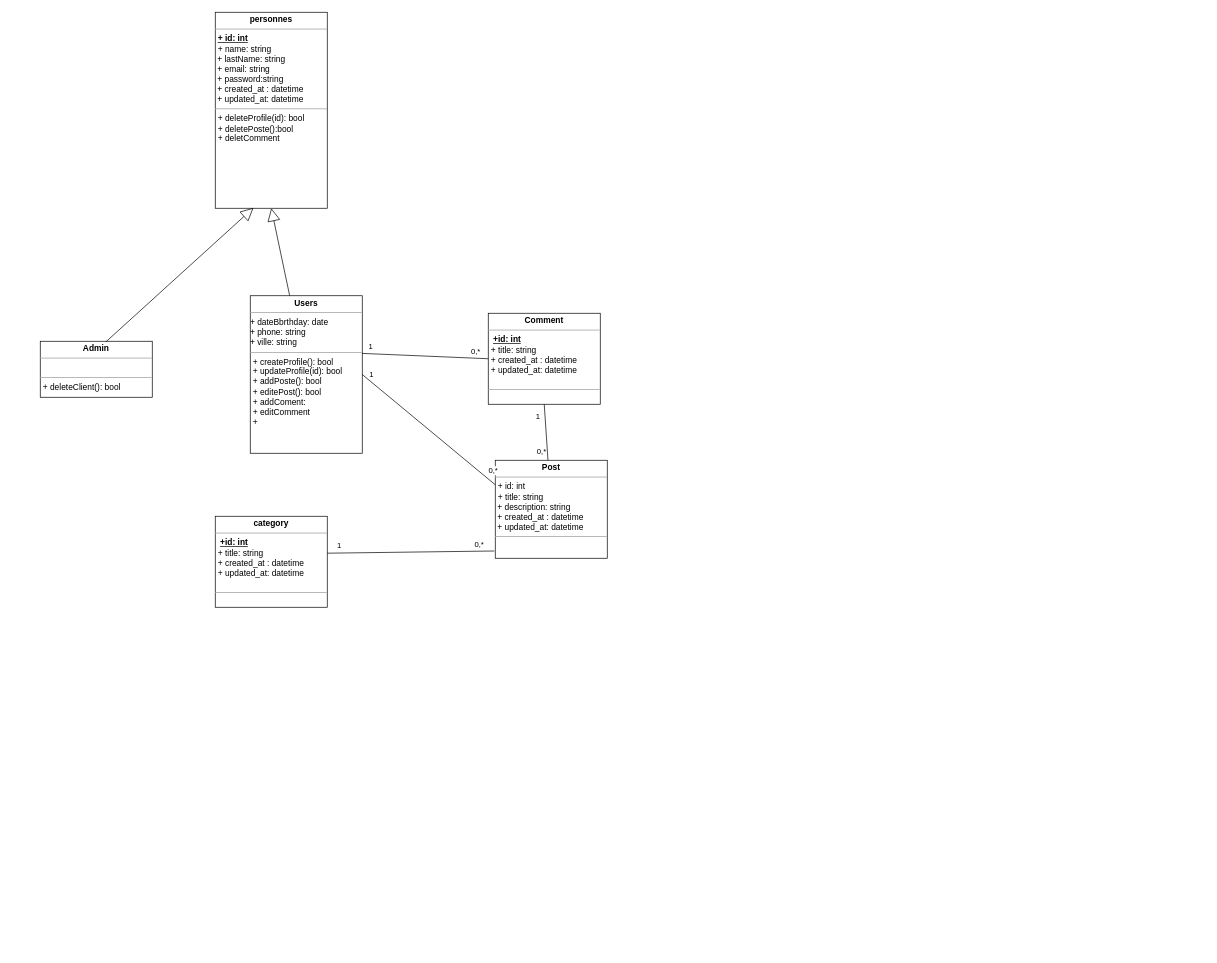
This is uml/Diagramme de classes.drawio from ErrayAbdellah/Immobilier, a draw.io file, before an edit. Source tidied: cells renumbered, new cells numbered last; positions are measured from the earlier drawing's top-left corner, leaving out a move shared by most shapes. Both pictures are drawn from the tidied source at 70%, with x=0, y=0 at pixel (40, 12).
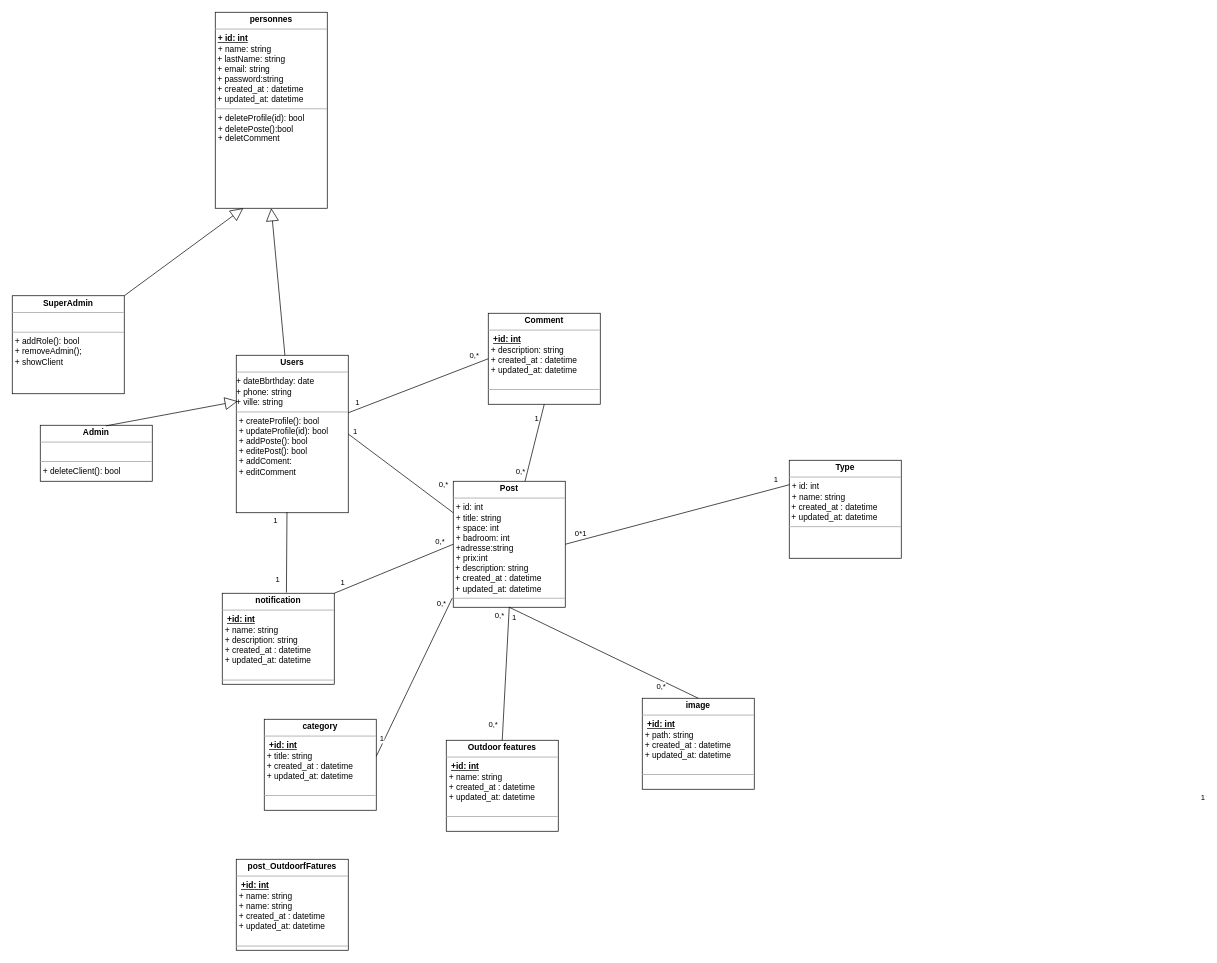
The same diagram, later.

Unchanged cells that the change refers to:
```xml
<mxCell id="6" value="&lt;p style=&quot;margin:0px;margin-top:4px;text-align:center;&quot;&gt;&lt;b&gt;personnes&lt;/b&gt;&lt;/p&gt;&lt;hr size=&quot;1&quot;&gt;&lt;p style=&quot;margin:0px;margin-left:4px;&quot;&gt;&lt;u&gt;&lt;b&gt;+ id: int&lt;/b&gt;&lt;/u&gt;&lt;/p&gt;&lt;p style=&quot;margin:0px;margin-left:4px;&quot;&gt;+ name: string&lt;/p&gt;&amp;nbsp;+ lastName: string&lt;br&gt;&amp;nbsp;+ email: string&lt;br&gt;&amp;nbsp;+ password:string&amp;nbsp;&lt;br&gt;&amp;nbsp;+ created_at : datetime&lt;br&gt;&amp;nbsp;+ updated_at: datetime&lt;br&gt;&lt;hr size=&quot;1&quot;&gt;&lt;p style=&quot;margin:0px;margin-left:4px;&quot;&gt;+ deleteProfile(id): bool&lt;br&gt;&lt;/p&gt;&lt;p style=&quot;margin:0px;margin-left:4px;&quot;&gt;+ deletePoste():bool&lt;/p&gt;&lt;p style=&quot;margin:0px;margin-left:4px;&quot;&gt;+ deletComment&lt;br&gt;&lt;/p&gt;" style="verticalAlign=top;align=left;overflow=fill;fontSize=12;fontFamily=Helvetica;html=1;" parent="1" vertex="1">
  <mxGeometry x="250" width="160" height="280" as="geometry" />
</mxCell>
<mxCell id="10" style="endArrow=none;html=1;rounded=0;exitX=1;exitY=0.5;exitDx=0;exitDy=0;entryX=0;entryY=0.25;entryDx=0;entryDy=0;" parent="1" edge="1" source="3" target="4">
  <mxGeometry relative="1" as="geometry" />
</mxCell>
```

Change to the diagram source:
```diff
@@
     <mxCell id="2" value="&lt;p style=&quot;margin:0px;margin-top:4px;text-align:center;&quot;&gt;&lt;b&gt;Admin&lt;/b&gt;&lt;/p&gt;&lt;hr size=&quot;1&quot;&gt;&lt;p style=&quot;margin:0px;margin-left:4px;&quot;&gt;&lt;/p&gt;&lt;br&gt;&lt;hr size=&quot;1&quot;&gt;&lt;p style=&quot;margin:0px;margin-left:4px;&quot;&gt;&lt;span style=&quot;background-color: initial;&quot;&gt;+ deleteClient(): bool&lt;/span&gt;&lt;br&gt;&lt;/p&gt;" style="verticalAlign=top;align=left;overflow=fill;fontSize=12;fontFamily=Helvetica;html=1;" parent="1" vertex="1">
-      <mxGeometry y="470" width="160" height="80" as="geometry" />
+      <mxGeometry y="590" width="160" height="80" as="geometry" />
     </mxCell>
-    <mxCell id="3" value="&lt;p style=&quot;margin:0px;margin-top:4px;text-align:center;&quot;&gt;&lt;b&gt;Users&lt;/b&gt;&lt;/p&gt;&lt;hr size=&quot;1&quot;&gt;&lt;p style=&quot;margin:0px;margin-left:4px;&quot;&gt;&lt;/p&gt;+ dateBbrthday: date&lt;br&gt;+ phone: string&lt;br&gt;+ ville: string&lt;br&gt;&lt;hr size=&quot;1&quot;&gt;&lt;p style=&quot;margin:0px;margin-left:4px;&quot;&gt;+ createProfile(): bool&lt;/p&gt;&lt;p style=&quot;margin:0px;margin-left:4px;&quot;&gt;+ updateProfile(id): bool&lt;/p&gt;&lt;p style=&quot;margin:0px;margin-left:4px;&quot;&gt;+ addPoste(): bool&lt;/p&gt;&lt;p style=&quot;margin:0px;margin-left:4px;&quot;&gt;+ editePost(): bool&lt;/p&gt;&lt;p style=&quot;margin:0px;margin-left:4px;&quot;&gt;+ addComent:&lt;/p&gt;&lt;p style=&quot;margin:0px;margin-left:4px;&quot;&gt;+ editComment&lt;/p&gt;&lt;p style=&quot;margin:0px;margin-left:4px;&quot;&gt;+&amp;nbsp;&lt;/p&gt;" style="verticalAlign=top;align=left;overflow=fill;fontSize=12;fontFamily=Helvetica;html=1;" parent="1" vertex="1">
-      <mxGeometry x="300" y="405" width="160" height="225" as="geometry" />
+    <mxCell id="3" value="&lt;p style=&quot;margin:0px;margin-top:4px;text-align:center;&quot;&gt;&lt;b&gt;Users&lt;/b&gt;&lt;/p&gt;&lt;hr size=&quot;1&quot;&gt;&lt;p style=&quot;margin:0px;margin-left:4px;&quot;&gt;&lt;/p&gt;+ dateBbrthday: date&lt;br&gt;+ phone: string&lt;br&gt;+ ville: string&lt;br&gt;&lt;hr size=&quot;1&quot;&gt;&lt;p style=&quot;margin:0px;margin-left:4px;&quot;&gt;+ createProfile(): bool&lt;/p&gt;&lt;p style=&quot;margin:0px;margin-left:4px;&quot;&gt;+ updateProfile(id): bool&lt;/p&gt;&lt;p style=&quot;margin:0px;margin-left:4px;&quot;&gt;+ addPoste(): bool&lt;/p&gt;&lt;p style=&quot;margin:0px;margin-left:4px;&quot;&gt;+ editePost(): bool&lt;/p&gt;&lt;p style=&quot;margin:0px;margin-left:4px;&quot;&gt;+ addComent:&lt;/p&gt;&lt;p style=&quot;margin:0px;margin-left:4px;&quot;&gt;+ editComment&lt;/p&gt;" style="verticalAlign=top;align=left;overflow=fill;fontSize=12;fontFamily=Helvetica;html=1;" parent="1" vertex="1">
+      <mxGeometry x="280" y="490" width="160" height="225" as="geometry" />
     </mxCell>
-    <mxCell id="4" value="&lt;p style=&quot;margin:0px;margin-top:4px;text-align:center;&quot;&gt;&lt;b&gt;Post&lt;/b&gt;&lt;/p&gt;&lt;hr size=&quot;1&quot;&gt;&lt;p style=&quot;margin:0px;margin-left:4px;&quot;&gt;+ id: int&amp;nbsp;&lt;/p&gt;&lt;p style=&quot;margin:0px;margin-left:4px;&quot;&gt;+ title: string&lt;/p&gt;&amp;nbsp;+ description: string&lt;br&gt;&amp;nbsp;+ created_at : datetime&lt;br style=&quot;border-color: var(--border-color);&quot;&gt;&amp;nbsp;+ updated_at: datetime&lt;br&gt;&lt;hr size=&quot;1&quot;&gt;&lt;p style=&quot;margin:0px;margin-left:4px;&quot;&gt;&lt;br&gt;&lt;/p&gt;" style="verticalAlign=top;align=left;overflow=fill;fontSize=12;fontFamily=Helvetica;html=1;" parent="1" vertex="1">
-      <mxGeometry x="650" y="640" width="160" height="140" as="geometry" />
+    <mxCell id="4" value="&lt;p style=&quot;margin:0px;margin-top:4px;text-align:center;&quot;&gt;&lt;b&gt;Post&lt;/b&gt;&lt;/p&gt;&lt;hr size=&quot;1&quot;&gt;&lt;p style=&quot;margin:0px;margin-left:4px;&quot;&gt;+ id: int&amp;nbsp;&lt;/p&gt;&lt;p style=&quot;margin:0px;margin-left:4px;&quot;&gt;+ title: string&lt;/p&gt;&lt;p style=&quot;margin:0px;margin-left:4px;&quot;&gt;+ space: int&amp;nbsp;&lt;/p&gt;&lt;p style=&quot;margin:0px;margin-left:4px;&quot;&gt;+ badroom: int&amp;nbsp;&lt;/p&gt;&lt;p style=&quot;margin:0px;margin-left:4px;&quot;&gt;+adresse:string&lt;/p&gt;&lt;p style=&quot;margin:0px;margin-left:4px;&quot;&gt;+ prix:int&amp;nbsp;&lt;/p&gt;&amp;nbsp;+ description: string&lt;br&gt;&amp;nbsp;+ created_at : datetime&lt;br style=&quot;border-color: var(--border-color);&quot;&gt;&amp;nbsp;+ updated_at: datetime&lt;br&gt;&lt;hr size=&quot;1&quot;&gt;&lt;p style=&quot;margin:0px;margin-left:4px;&quot;&gt;&lt;br&gt;&lt;/p&gt;" style="verticalAlign=top;align=left;overflow=fill;fontSize=12;fontFamily=Helvetica;html=1;" parent="1" vertex="1">
+      <mxGeometry x="590" y="670" width="160" height="180" as="geometry" />
     </mxCell>
     <mxCell id="5" value="&lt;p style=&quot;margin:0px;margin-top:4px;text-align:center;&quot;&gt;&lt;b&gt;category&lt;/b&gt;&lt;/p&gt;&lt;hr size=&quot;1&quot;&gt;&lt;p style=&quot;margin:0px;margin-left:4px;&quot;&gt;&amp;nbsp;&lt;b&gt;&lt;u&gt;+id: int&lt;/u&gt;&lt;/b&gt;&lt;/p&gt;&lt;p style=&quot;margin:0px;margin-left:4px;&quot;&gt;+ title: string&lt;/p&gt;&lt;p style=&quot;margin:0px;margin-left:4px;&quot;&gt;&lt;span style=&quot;background-color: initial;&quot;&gt;+ created_at : datetime&lt;/span&gt;&lt;/p&gt;&lt;p style=&quot;margin:0px;margin-left:4px;&quot;&gt;+ updated_at: datetime&lt;br&gt;&lt;/p&gt;&amp;nbsp;&amp;nbsp;&lt;br&gt;&lt;hr size=&quot;1&quot;&gt;&lt;p style=&quot;margin:0px;margin-left:4px;&quot;&gt;&lt;br&gt;&lt;/p&gt;" style="verticalAlign=top;align=left;overflow=fill;fontSize=12;fontFamily=Helvetica;html=1;" parent="1" vertex="1">
-      <mxGeometry x="250" y="720" width="160" height="130" as="geometry" />
+      <mxGeometry x="320" y="1010" width="160" height="130" as="geometry" />
     </mxCell>
@@
-    <mxCell id="8" style="endArrow=block;endSize=16;endFill=0;html=1;rounded=0;entryX=0.341;entryY=0.998;entryDx=0;entryDy=0;exitX=0.586;exitY=0.011;exitDx=0;exitDy=0;exitPerimeter=0;entryPerimeter=0;" parent="1" edge="1" source="2" target="6">
+    <mxCell id="8" style="endArrow=block;endSize=16;endFill=0;html=1;rounded=0;entryX=0.013;entryY=0.292;entryDx=0;entryDy=0;exitX=0.586;exitY=0.011;exitDx=0;exitDy=0;exitPerimeter=0;entryPerimeter=0;" parent="1" edge="1" source="2" target="3">
       <mxGeometry relative="1" as="geometry" />
     </mxCell>
-    <mxCell id="9" value="&lt;p style=&quot;margin:0px;margin-top:4px;text-align:center;&quot;&gt;&lt;b&gt;Comment&lt;/b&gt;&lt;/p&gt;&lt;hr size=&quot;1&quot;&gt;&lt;p style=&quot;margin:0px;margin-left:4px;&quot;&gt;&amp;nbsp;&lt;b&gt;&lt;u&gt;+id: int&lt;/u&gt;&lt;/b&gt;&lt;/p&gt;&lt;p style=&quot;margin:0px;margin-left:4px;&quot;&gt;+ title: string&lt;/p&gt;&lt;p style=&quot;margin:0px;margin-left:4px;&quot;&gt;&lt;span style=&quot;background-color: initial;&quot;&gt;+ created_at : datetime&lt;/span&gt;&lt;/p&gt;&lt;p style=&quot;margin:0px;margin-left:4px;&quot;&gt;+ updated_at: datetime&lt;br&gt;&lt;/p&gt;&amp;nbsp;&amp;nbsp;&lt;br&gt;&lt;hr size=&quot;1&quot;&gt;&lt;p style=&quot;margin:0px;margin-left:4px;&quot;&gt;&lt;br&gt;&lt;/p&gt;" style="verticalAlign=top;align=left;overflow=fill;fontSize=12;fontFamily=Helvetica;html=1;" parent="1" vertex="1">
+    <mxCell id="9" value="&lt;p style=&quot;margin:0px;margin-top:4px;text-align:center;&quot;&gt;&lt;b&gt;Comment&lt;/b&gt;&lt;/p&gt;&lt;hr size=&quot;1&quot;&gt;&lt;p style=&quot;margin:0px;margin-left:4px;&quot;&gt;&amp;nbsp;&lt;b&gt;&lt;u&gt;+id: int&lt;/u&gt;&lt;/b&gt;&lt;/p&gt;&lt;p style=&quot;margin:0px;margin-left:4px;&quot;&gt;+ description: string&lt;/p&gt;&lt;p style=&quot;margin:0px;margin-left:4px;&quot;&gt;&lt;span style=&quot;background-color: initial;&quot;&gt;+ created_at : datetime&lt;/span&gt;&lt;/p&gt;&lt;p style=&quot;margin:0px;margin-left:4px;&quot;&gt;+ updated_at: datetime&lt;br&gt;&lt;/p&gt;&amp;nbsp;&amp;nbsp;&lt;br&gt;&lt;hr size=&quot;1&quot;&gt;&lt;p style=&quot;margin:0px;margin-left:4px;&quot;&gt;&lt;br&gt;&lt;/p&gt;" style="verticalAlign=top;align=left;overflow=fill;fontSize=12;fontFamily=Helvetica;html=1;" parent="1" vertex="1">
       <mxGeometry x="640" y="430" width="160" height="130" as="geometry" />
     </mxCell>
@@
     <mxCell id="12" value="0,*" style="edgeLabel;html=1;align=center;verticalAlign=middle;" parent="10" vertex="1">
       <mxGeometry x="0.86" y="3" relative="1" as="geometry">
-        <mxPoint x="8" y="-7" as="offset" />
+        <mxPoint x="-6" y="-30" as="offset" />
       </mxGeometry>
     </mxCell>
@@
+    <mxCell id="22" value="&lt;p style=&quot;margin:0px;margin-top:4px;text-align:center;&quot;&gt;&lt;b&gt;SuperAdmin&lt;/b&gt;&lt;/p&gt;&lt;hr size=&quot;1&quot;&gt;&lt;p style=&quot;margin:0px;margin-left:4px;&quot;&gt;&lt;/p&gt;&lt;br&gt;&lt;hr size=&quot;1&quot;&gt;&lt;p style=&quot;margin:0px;margin-left:4px;&quot;&gt;&lt;span style=&quot;background-color: initial;&quot;&gt;+ addRole(): bool&lt;/span&gt;&lt;br&gt;&lt;/p&gt;&lt;p style=&quot;margin:0px;margin-left:4px;&quot;&gt;&lt;span style=&quot;background-color: initial;&quot;&gt;+ removeAdmin();&lt;/span&gt;&lt;/p&gt;&lt;p style=&quot;margin:0px;margin-left:4px;&quot;&gt;+ showClient&lt;/p&gt;" style="verticalAlign=top;align=left;overflow=fill;fontSize=12;fontFamily=Helvetica;html=1;" parent="1" vertex="1">
+      <mxGeometry x="-40" y="405" width="160" height="140" as="geometry" />
+    </mxCell>
+    <mxCell id="23" style="endArrow=block;endSize=16;endFill=0;html=1;rounded=0;entryX=0.25;entryY=1;entryDx=0;entryDy=0;exitX=1;exitY=0;exitDx=0;exitDy=0;" parent="1" edge="1" source="22" target="6">
+      <mxGeometry relative="1" as="geometry" />
+    </mxCell>
+    <mxCell id="24" value="&lt;p style=&quot;margin:0px;margin-top:4px;text-align:center;&quot;&gt;&lt;b&gt;Type&lt;/b&gt;&lt;/p&gt;&lt;hr size=&quot;1&quot;&gt;&lt;p style=&quot;margin:0px;margin-left:4px;&quot;&gt;+ id: int&amp;nbsp;&lt;/p&gt;&lt;p style=&quot;margin:0px;margin-left:4px;&quot;&gt;+ name: string&lt;/p&gt;&amp;nbsp;+ created_at : datetime&lt;br style=&quot;border-color: var(--border-color);&quot;&gt;&amp;nbsp;+ updated_at: datetime&lt;br&gt;&lt;hr size=&quot;1&quot;&gt;&lt;p style=&quot;margin:0px;margin-left:4px;&quot;&gt;&lt;br&gt;&lt;/p&gt;" style="verticalAlign=top;align=left;overflow=fill;fontSize=12;fontFamily=Helvetica;html=1;" parent="1" vertex="1">
+      <mxGeometry x="1070" y="640" width="160" height="140" as="geometry" />
+    </mxCell>
+    <mxCell id="25" style="endArrow=none;html=1;rounded=0;exitX=1;exitY=0.5;exitDx=0;exitDy=0;entryX=0;entryY=0.25;entryDx=0;entryDy=0;" parent="1" edge="1" source="4" target="24">
+      <mxGeometry relative="1" as="geometry" />
+    </mxCell>
+    <mxCell id="26" value="0*1" style="edgeLabel;html=1;align=center;verticalAlign=middle;" parent="25" vertex="1">
+      <mxGeometry x="-0.87" relative="1" as="geometry">
+        <mxPoint y="-11" as="offset" />
+      </mxGeometry>
+    </mxCell>
+    <mxCell id="27" value="1" style="edgeLabel;html=1;align=center;verticalAlign=middle;" parent="25" vertex="1">
+      <mxGeometry x="0.86" y="3" relative="1" as="geometry">
+        <mxPoint x="614" y="443" as="offset" />
+      </mxGeometry>
+    </mxCell>
+    <mxCell id="28" value="1&lt;br&gt;" style="edgeLabel;html=1;align=center;verticalAlign=middle;" parent="25" vertex="1">
+      <mxGeometry x="0.87" y="2" relative="1" as="geometry">
+        <mxPoint x="1" y="-12" as="offset" />
+      </mxGeometry>
+    </mxCell>
+    <mxCell id="29" value="&lt;p style=&quot;margin:0px;margin-top:4px;text-align:center;&quot;&gt;&lt;/p&gt;&lt;b&gt;&lt;div style=&quot;text-align: center;&quot;&gt;&lt;b style=&quot;background-color: initial;&quot;&gt;Outdoor features&lt;/b&gt;&lt;/div&gt;&lt;/b&gt;&lt;hr style=&quot;text-align: center;&quot; size=&quot;1&quot;&gt;&lt;p style=&quot;margin:0px;margin-left:4px;&quot;&gt;&amp;nbsp;&lt;b&gt;&lt;u&gt;+id: int&lt;/u&gt;&lt;/b&gt;&lt;/p&gt;&lt;p style=&quot;margin:0px;margin-left:4px;&quot;&gt;+ name: string&lt;/p&gt;&lt;p style=&quot;margin:0px;margin-left:4px;&quot;&gt;&lt;span style=&quot;background-color: initial;&quot;&gt;+ created_at : datetime&lt;/span&gt;&lt;/p&gt;&lt;p style=&quot;margin:0px;margin-left:4px;&quot;&gt;+ updated_at: datetime&lt;br&gt;&lt;/p&gt;&amp;nbsp;&amp;nbsp;&lt;br&gt;&lt;hr size=&quot;1&quot;&gt;&lt;p style=&quot;margin:0px;margin-left:4px;&quot;&gt;&lt;br&gt;&lt;/p&gt;" style="verticalAlign=top;align=left;overflow=fill;fontSize=12;fontFamily=Helvetica;html=1;" parent="1" vertex="1">
+      <mxGeometry x="580" y="1040" width="160" height="130" as="geometry" />
+    </mxCell>
+    <mxCell id="30" style="endArrow=none;html=1;rounded=0;exitX=0.5;exitY=0;exitDx=0;exitDy=0;entryX=0.5;entryY=1;entryDx=0;entryDy=0;" parent="1" edge="1" source="29" target="4">
+      <mxGeometry relative="1" as="geometry" />
+    </mxCell>
+    <mxCell id="31" value="0,*" style="edgeLabel;html=1;align=center;verticalAlign=middle;" parent="30" vertex="1">
+      <mxGeometry x="-0.87" relative="1" as="geometry">
+        <mxPoint x="-14" y="-11" as="offset" />
+      </mxGeometry>
+    </mxCell>
+    <mxCell id="32" value="0,*" style="edgeLabel;html=1;align=center;verticalAlign=middle;" parent="30" vertex="1">
+      <mxGeometry x="0.86" y="3" relative="1" as="geometry">
+        <mxPoint x="-11" y="-2" as="offset" />
+      </mxGeometry>
+    </mxCell>
+    <mxCell id="33" value="&lt;p style=&quot;margin:0px;margin-top:4px;text-align:center;&quot;&gt;&lt;/p&gt;&lt;b&gt;&lt;div style=&quot;text-align: center;&quot;&gt;image&lt;/div&gt;&lt;/b&gt;&lt;hr style=&quot;text-align: center;&quot; size=&quot;1&quot;&gt;&lt;p style=&quot;margin:0px;margin-left:4px;&quot;&gt;&amp;nbsp;&lt;b&gt;&lt;u&gt;+id: int&lt;/u&gt;&lt;/b&gt;&lt;/p&gt;&lt;p style=&quot;margin:0px;margin-left:4px;&quot;&gt;+ path: string&lt;/p&gt;&lt;p style=&quot;margin:0px;margin-left:4px;&quot;&gt;&lt;span style=&quot;background-color: initial;&quot;&gt;+ created_at : datetime&lt;/span&gt;&lt;/p&gt;&lt;p style=&quot;margin:0px;margin-left:4px;&quot;&gt;+ updated_at: datetime&lt;br&gt;&lt;/p&gt;&amp;nbsp;&amp;nbsp;&lt;br&gt;&lt;hr size=&quot;1&quot;&gt;&lt;p style=&quot;margin:0px;margin-left:4px;&quot;&gt;&lt;br&gt;&lt;/p&gt;" style="verticalAlign=top;align=left;overflow=fill;fontSize=12;fontFamily=Helvetica;html=1;" parent="1" vertex="1">
+      <mxGeometry x="860" y="980" width="160" height="130" as="geometry" />
+    </mxCell>
+    <mxCell id="34" style="endArrow=none;html=1;rounded=0;exitX=0.5;exitY=0;exitDx=0;exitDy=0;entryX=0.5;entryY=1;entryDx=0;entryDy=0;" parent="1" edge="1" source="33" target="4">
+      <mxGeometry relative="1" as="geometry" />
+    </mxCell>
+    <mxCell id="35" value="0,*" style="edgeLabel;html=1;align=center;verticalAlign=middle;" parent="34" vertex="1">
+      <mxGeometry x="-0.87" relative="1" as="geometry">
+        <mxPoint x="-36" y="-9" as="offset" />
+      </mxGeometry>
+    </mxCell>
+    <mxCell id="36" value="1" style="edgeLabel;html=1;align=center;verticalAlign=middle;" parent="34" vertex="1">
+      <mxGeometry x="0.86" y="3" relative="1" as="geometry">
+        <mxPoint x="-11" y="3" as="offset" />
+      </mxGeometry>
+    </mxCell>
+    <mxCell id="37" value="&lt;p style=&quot;margin:0px;margin-top:4px;text-align:center;&quot;&gt;&lt;/p&gt;&lt;b&gt;&lt;div style=&quot;text-align: center;&quot;&gt;notification&lt;/div&gt;&lt;/b&gt;&lt;hr style=&quot;text-align: center;&quot; size=&quot;1&quot;&gt;&lt;p style=&quot;margin:0px;margin-left:4px;&quot;&gt;&amp;nbsp;&lt;b&gt;&lt;u&gt;+id: int&lt;/u&gt;&lt;/b&gt;&lt;/p&gt;&lt;p style=&quot;margin:0px;margin-left:4px;&quot;&gt;+ name: string&lt;/p&gt;&lt;p style=&quot;margin:0px;margin-left:4px;&quot;&gt;+ description: string&lt;br&gt;&lt;/p&gt;&lt;p style=&quot;margin:0px;margin-left:4px;&quot;&gt;&lt;span style=&quot;background-color: initial;&quot;&gt;+ created_at : datetime&lt;/span&gt;&lt;/p&gt;&lt;p style=&quot;margin:0px;margin-left:4px;&quot;&gt;+ updated_at: datetime&lt;br&gt;&lt;/p&gt;&amp;nbsp;&amp;nbsp;&lt;br&gt;&lt;hr size=&quot;1&quot;&gt;&lt;p style=&quot;margin:0px;margin-left:4px;&quot;&gt;&lt;br&gt;&lt;/p&gt;" style="verticalAlign=top;align=left;overflow=fill;fontSize=12;fontFamily=Helvetica;html=1;" parent="1" vertex="1">
+      <mxGeometry x="260" y="830" width="160" height="130" as="geometry" />
+    </mxCell>
+    <mxCell id="38" style="endArrow=none;html=1;rounded=0;exitX=1;exitY=0;exitDx=0;exitDy=0;entryX=0;entryY=0.5;entryDx=0;entryDy=0;" parent="1" edge="1" source="37" target="4">
+      <mxGeometry relative="1" as="geometry" />
+    </mxCell>
+    <mxCell id="39" value="1" style="edgeLabel;html=1;align=center;verticalAlign=middle;" parent="38" vertex="1">
+      <mxGeometry x="-0.87" relative="1" as="geometry">
+        <mxPoint y="-11" as="offset" />
+      </mxGeometry>
+    </mxCell>
+    <mxCell id="40" value="0,*" style="edgeLabel;html=1;align=center;verticalAlign=middle;" parent="38" vertex="1">
+      <mxGeometry x="0.86" y="3" relative="1" as="geometry">
+        <mxPoint x="-6" y="-7" as="offset" />
+      </mxGeometry>
+    </mxCell>
+    <mxCell id="41" style="endArrow=none;html=1;rounded=0;exitX=0.573;exitY=-0.008;exitDx=0;exitDy=0;entryX=0.453;entryY=0.995;entryDx=0;entryDy=0;entryPerimeter=0;exitPerimeter=0;" parent="1" edge="1" source="37" target="3">
+      <mxGeometry relative="1" as="geometry" />
+    </mxCell>
+    <mxCell id="42" value="1" style="edgeLabel;html=1;align=center;verticalAlign=middle;" parent="41" vertex="1">
+      <mxGeometry x="-0.87" relative="1" as="geometry">
+        <mxPoint x="-13" y="-11" as="offset" />
+      </mxGeometry>
+    </mxCell>
+    <mxCell id="43" value="1" style="edgeLabel;html=1;align=center;verticalAlign=middle;" parent="41" vertex="1">
+      <mxGeometry x="0.86" y="3" relative="1" as="geometry">
+        <mxPoint x="-14" y="4" as="offset" />
+      </mxGeometry>
+    </mxCell>
+    <mxCell id="44" value="&lt;p style=&quot;margin:0px;margin-top:4px;text-align:center;&quot;&gt;&lt;/p&gt;&lt;b&gt;&lt;div style=&quot;text-align: center;&quot;&gt;&lt;b style=&quot;background-color: initial;&quot;&gt;post_OutdoorfFatures&lt;/b&gt;&lt;/div&gt;&lt;/b&gt;&lt;hr style=&quot;text-align: center;&quot; size=&quot;1&quot;&gt;&lt;p style=&quot;margin:0px;margin-left:4px;&quot;&gt;&amp;nbsp;&lt;b&gt;&lt;u&gt;+id: int&lt;/u&gt;&lt;/b&gt;&lt;/p&gt;&lt;p style=&quot;margin:0px;margin-left:4px;&quot;&gt;+ name: string&lt;/p&gt;&lt;p style=&quot;margin:0px;margin-left:4px;&quot;&gt;+ name: string&lt;br&gt;&lt;/p&gt;&lt;p style=&quot;margin:0px;margin-left:4px;&quot;&gt;&lt;span style=&quot;background-color: initial;&quot;&gt;+ created_at : datetime&lt;/span&gt;&lt;/p&gt;&lt;p style=&quot;margin:0px;margin-left:4px;&quot;&gt;+ updated_at: datetime&lt;br&gt;&lt;/p&gt;&amp;nbsp;&amp;nbsp;&lt;br&gt;&lt;hr size=&quot;1&quot;&gt;&lt;p style=&quot;margin:0px;margin-left:4px;&quot;&gt;&lt;br&gt;&lt;/p&gt;" style="verticalAlign=top;align=left;overflow=fill;fontSize=12;fontFamily=Helvetica;html=1;" parent="1" vertex="1">
+      <mxGeometry x="280" y="1210" width="160" height="130" as="geometry" />
+    </mxCell>
```
